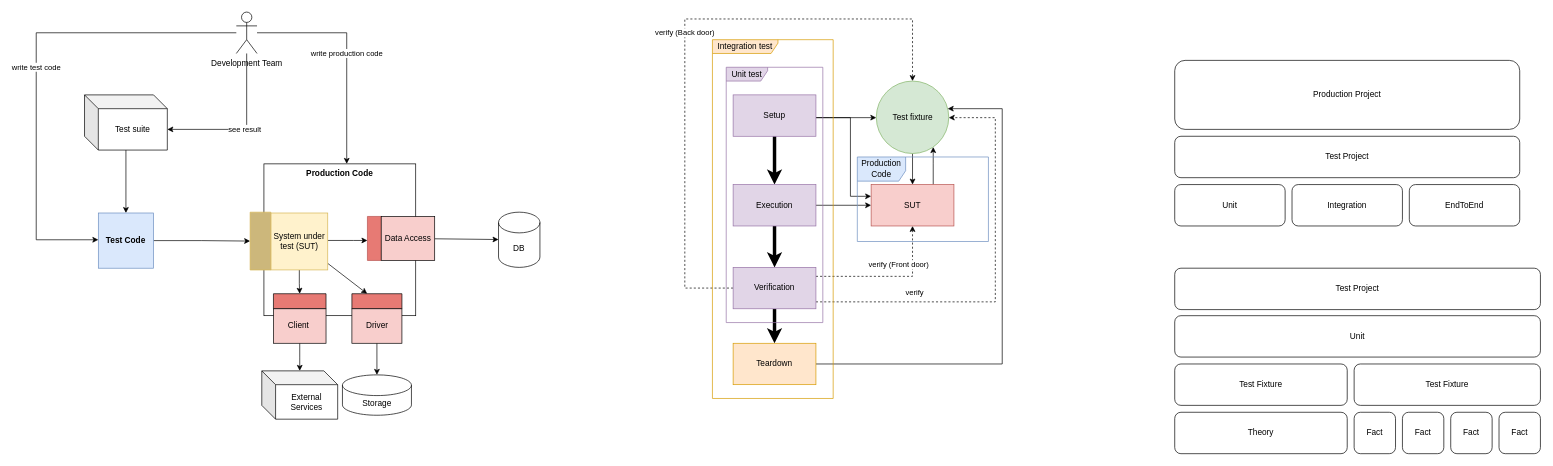
The draw.io diagram unit tests.drawio in chavp/data-modeling, before the edit. Source tidied: cells renumbered, new cells numbered last; positions are measured from the earlier drawing's top-left corner, leaving out a move shared by most shapes. Both pictures are drawn from the tidied source at 69%, with x=0, y=0 at pixel (36, 12).
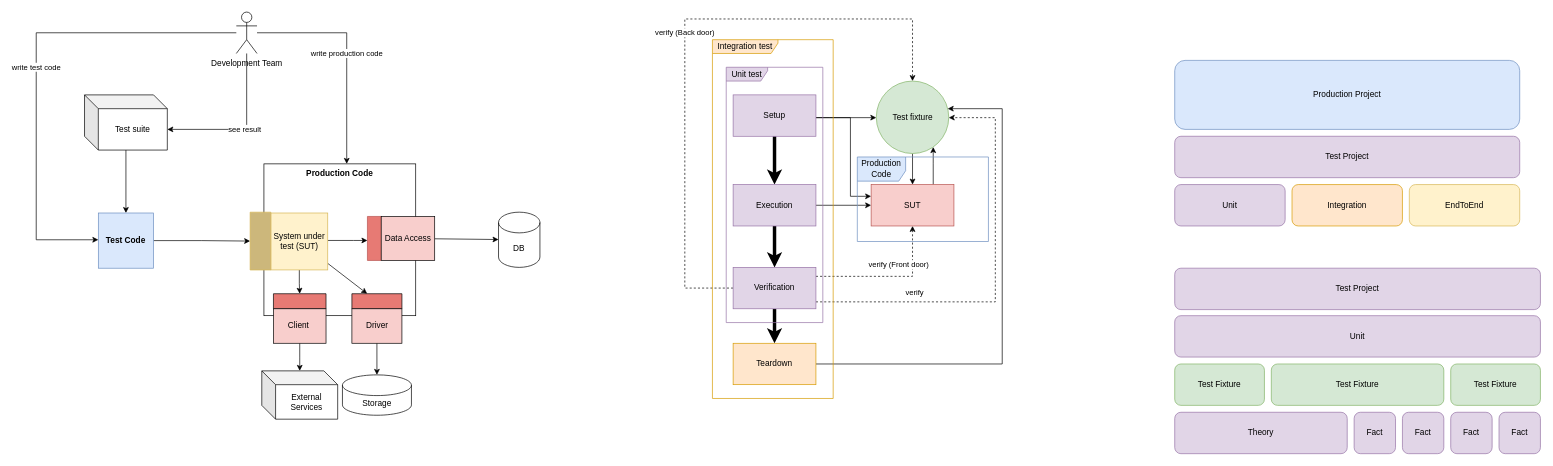
The same page after the edit.

What changed in the source:
```diff
@@
-    <mxCell id="49" value="Production Project" style="rounded=1;whiteSpace=wrap;html=1;" parent="1" vertex="1">
+    <mxCell id="49" value="Production Project" style="rounded=1;whiteSpace=wrap;html=1;fillColor=#dae8fc;strokeColor=#6c8ebf;" parent="1" vertex="1">
       <mxGeometry x="1650" y="70" width="500" height="100" as="geometry" />
     </mxCell>
-    <mxCell id="50" value="Test Project" style="rounded=1;whiteSpace=wrap;html=1;" parent="1" vertex="1">
+    <mxCell id="50" value="Test Project" style="rounded=1;whiteSpace=wrap;html=1;fillColor=#e1d5e7;strokeColor=#9673a6;" parent="1" vertex="1">
       <mxGeometry x="1650" y="180" width="500" height="60" as="geometry" />
     </mxCell>
-    <mxCell id="51" value="Unit" style="rounded=1;whiteSpace=wrap;html=1;" parent="1" vertex="1">
+    <mxCell id="51" value="Unit" style="rounded=1;whiteSpace=wrap;html=1;fillColor=#e1d5e7;strokeColor=#9673a6;" parent="1" vertex="1">
       <mxGeometry x="1650" y="440" width="530" height="60" as="geometry" />
     </mxCell>
-    <mxCell id="52" value="Integration" style="rounded=1;whiteSpace=wrap;html=1;" parent="1" vertex="1">
+    <mxCell id="52" value="Integration" style="rounded=1;whiteSpace=wrap;html=1;fillColor=#ffe6cc;strokeColor=#d79b00;" parent="1" vertex="1">
       <mxGeometry x="1820" y="250" width="160" height="60" as="geometry" />
     </mxCell>
-    <mxCell id="53" value="EndToEnd" style="rounded=1;whiteSpace=wrap;html=1;" parent="1" vertex="1">
+    <mxCell id="53" value="EndToEnd" style="rounded=1;whiteSpace=wrap;html=1;fillColor=#fff2cc;strokeColor=#d6b656;" parent="1" vertex="1">
       <mxGeometry x="1990" y="250" width="160" height="60" as="geometry" />
     </mxCell>
-    <mxCell id="54" value="Test Project" style="rounded=1;whiteSpace=wrap;html=1;" parent="1" vertex="1">
+    <mxCell id="54" value="Test Project" style="rounded=1;whiteSpace=wrap;html=1;fillColor=#e1d5e7;strokeColor=#9673a6;" parent="1" vertex="1">
       <mxGeometry x="1650" y="371.2" width="530" height="60" as="geometry" />
     </mxCell>
-    <mxCell id="55" value="Test Fixture" style="rounded=1;whiteSpace=wrap;html=1;" parent="1" vertex="1">
-      <mxGeometry x="1650" y="510" width="250" height="60" as="geometry" />
+    <mxCell id="55" value="Test Fixture" style="rounded=1;whiteSpace=wrap;html=1;fillColor=#d5e8d4;strokeColor=#82b366;" parent="1" vertex="1">
+      <mxGeometry x="1650" y="510" width="130" height="60" as="geometry" />
     </mxCell>
-    <mxCell id="56" value="Test Fixture" style="rounded=1;whiteSpace=wrap;html=1;" parent="1" vertex="1">
-      <mxGeometry x="1910" y="510" width="270" height="60" as="geometry" />
+    <mxCell id="56" value="Test Fixture" style="rounded=1;whiteSpace=wrap;html=1;fillColor=#d5e8d4;strokeColor=#82b366;" parent="1" vertex="1">
+      <mxGeometry x="2050" y="510" width="130" height="60" as="geometry" />
     </mxCell>
-    <mxCell id="57" value="Theory" style="rounded=1;whiteSpace=wrap;html=1;" parent="1" vertex="1">
+    <mxCell id="57" value="Theory" style="rounded=1;whiteSpace=wrap;html=1;fillColor=#e1d5e7;strokeColor=#9673a6;" parent="1" vertex="1">
       <mxGeometry x="1650" y="580" width="250" height="60" as="geometry" />
     </mxCell>
-    <mxCell id="58" value="Fact" style="rounded=1;whiteSpace=wrap;html=1;" parent="1" vertex="1">
+    <mxCell id="58" value="Fact" style="rounded=1;whiteSpace=wrap;html=1;fillColor=#e1d5e7;strokeColor=#9673a6;" parent="1" vertex="1">
       <mxGeometry x="1910" y="580" width="60" height="60" as="geometry" />
     </mxCell>
-    <mxCell id="59" value="Fact" style="rounded=1;whiteSpace=wrap;html=1;" parent="1" vertex="1">
+    <mxCell id="59" value="Fact" style="rounded=1;whiteSpace=wrap;html=1;fillColor=#e1d5e7;strokeColor=#9673a6;" parent="1" vertex="1">
       <mxGeometry x="1980" y="580" width="60" height="60" as="geometry" />
     </mxCell>
-    <mxCell id="60" value="Fact" style="rounded=1;whiteSpace=wrap;html=1;" parent="1" vertex="1">
+    <mxCell id="60" value="Fact" style="rounded=1;whiteSpace=wrap;html=1;fillColor=#e1d5e7;strokeColor=#9673a6;" parent="1" vertex="1">
       <mxGeometry x="2050" y="580" width="60" height="60" as="geometry" />
     </mxCell>
-    <mxCell id="61" value="Fact" style="rounded=1;whiteSpace=wrap;html=1;" parent="1" vertex="1">
+    <mxCell id="61" value="Fact" style="rounded=1;whiteSpace=wrap;html=1;fillColor=#e1d5e7;strokeColor=#9673a6;" parent="1" vertex="1">
       <mxGeometry x="2120" y="580" width="60" height="60" as="geometry" />
     </mxCell>
-    <mxCell id="62" value="Unit" style="rounded=1;whiteSpace=wrap;html=1;" parent="1" vertex="1">
+    <mxCell id="62" value="Unit" style="rounded=1;whiteSpace=wrap;html=1;fillColor=#e1d5e7;strokeColor=#9673a6;" parent="1" vertex="1">
       <mxGeometry x="1650" y="250" width="160" height="60" as="geometry" />
     </mxCell>
+    <mxCell id="63" value="Test Fixture" style="rounded=1;whiteSpace=wrap;html=1;fillColor=#d5e8d4;strokeColor=#82b366;" parent="1" vertex="1">
+      <mxGeometry x="1790" y="510" width="250" height="60" as="geometry" />
+    </mxCell>
```
